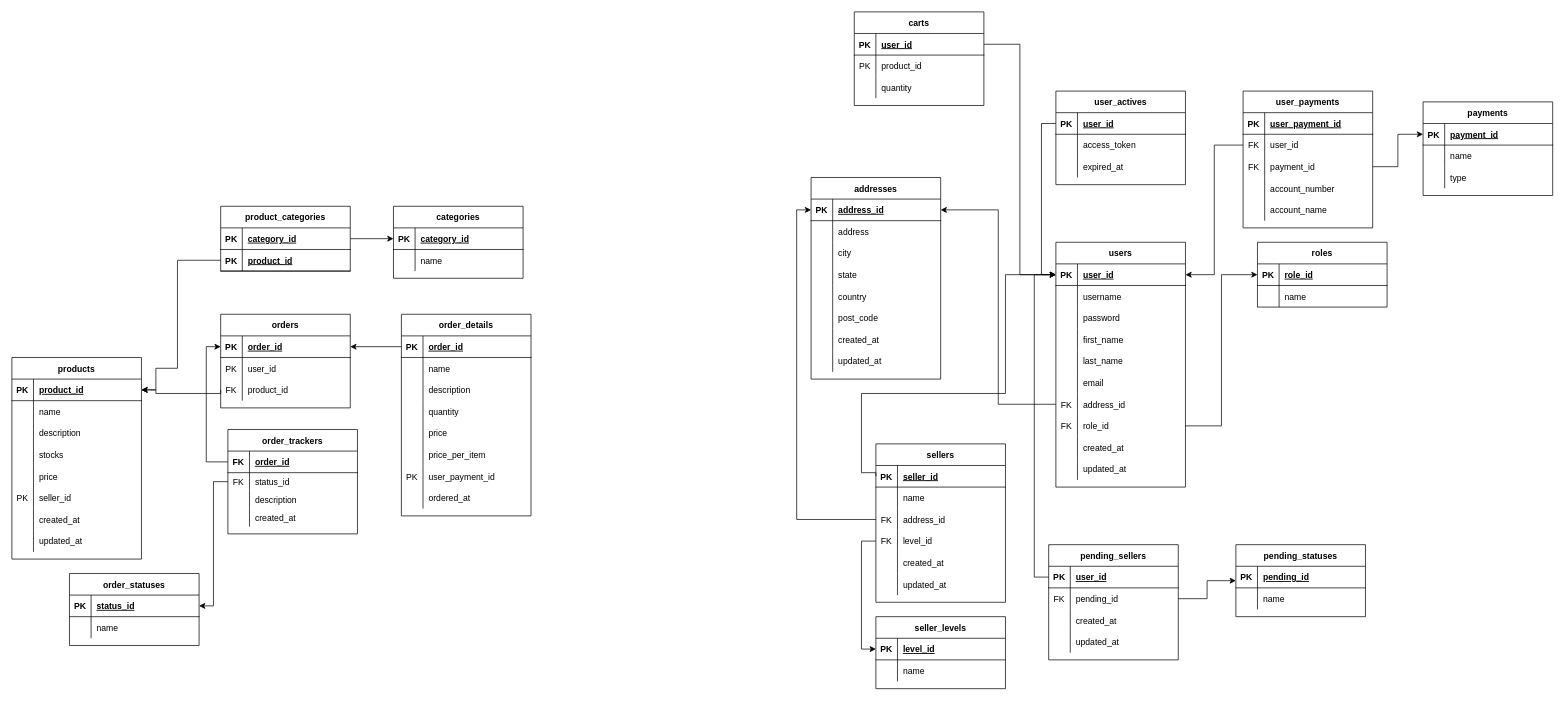
bigbang-theory/saturnus keeps this draw.io diagram as Database Design.drawio. Above is the earlier version. Source tidied: cells renumbered, new cells numbered last; positions are measured from the earlier drawing's top-left corner, leaving out a move shared by most shapes. Both pictures are drawn from the tidied source at 72%, with x=0, y=0 at pixel (12, 12).
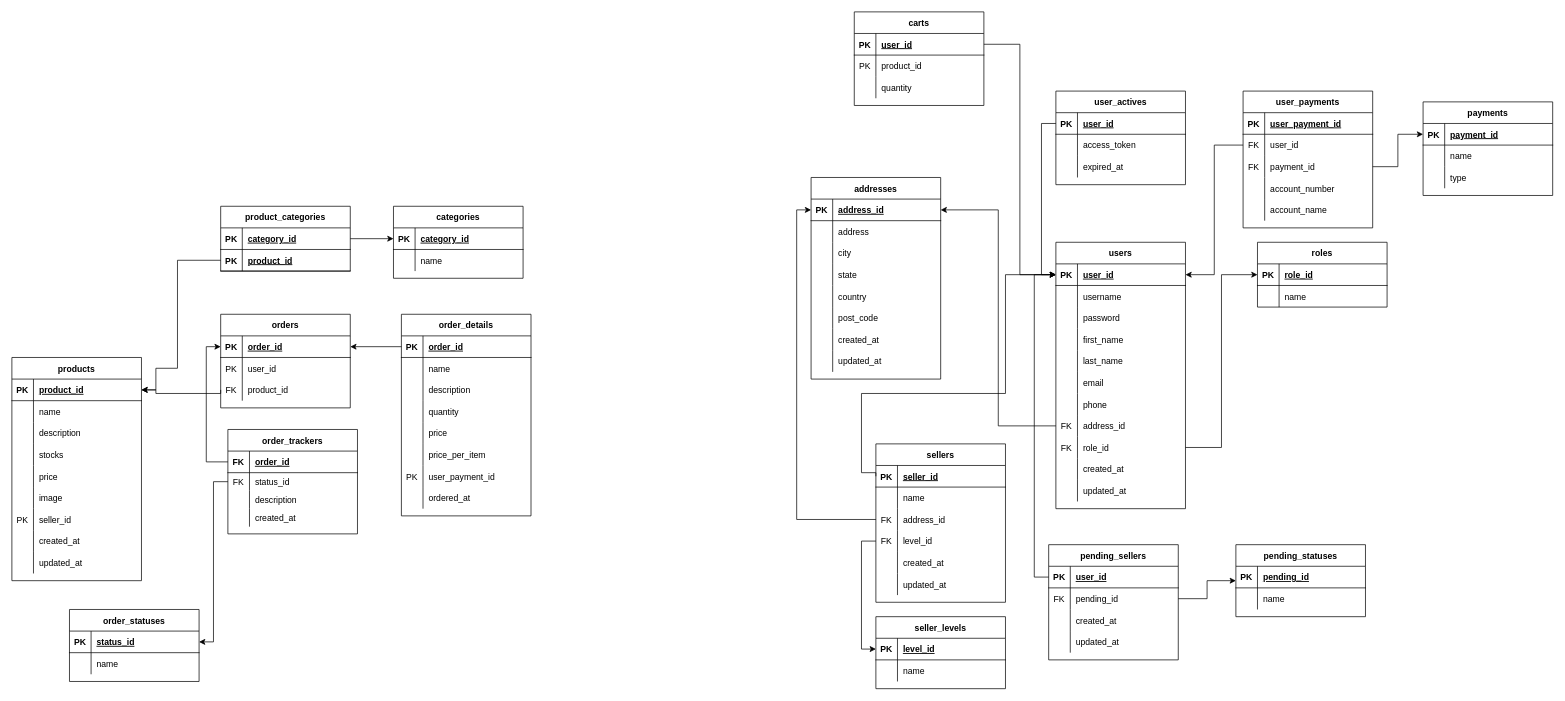
The same diagram, later.

Commit message:
Update Database Design

Change to the diagram source:
```diff
@@
     <mxCell id="9" value="users" style="shape=table;startSize=30;childLayout=tableLayout;rowLines=0;fontStyle=1;align=center;" parent="1" vertex="1">
-      <mxGeometry x="1450" y="320" width="180" height="340" as="geometry" />
+      <mxGeometry x="1450" y="320" width="180" height="370" as="geometry" />
     </mxCell>
@@
+    <mxCell id="268" style="shape=partialRectangle;fillColor=none;top=0;left=0;bottom=0;right=0;" parent="9" vertex="1">
+      <mxGeometry y="210" width="180" height="30" as="geometry" />
+    </mxCell>
+    <mxCell id="269" style="shape=partialRectangle;fillColor=none;top=0;left=0;bottom=0;right=0;overflow=hidden;" parent="268" vertex="1">
+      <mxGeometry width="30" height="30" as="geometry" />
+    </mxCell>
+    <mxCell id="270" value="phone" style="shape=partialRectangle;fillColor=none;top=0;left=0;bottom=0;right=0;align=left;spacingLeft=6;overflow=hidden;" parent="268" vertex="1">
+      <mxGeometry x="30" width="150" height="30" as="geometry" />
+    </mxCell>
     <mxCell id="28" style="shape=partialRectangle;fillColor=none;top=0;left=0;bottom=0;right=0;points=[[0,0.5],[1,0.5]];portConstraint=eastwest;" parent="9" vertex="1">
-      <mxGeometry y="210" width="180" height="30" as="geometry" />
+      <mxGeometry y="240" width="180" height="30" as="geometry" />
     </mxCell>
@@
     <mxCell id="31" style="shape=partialRectangle;fillColor=none;top=0;left=0;bottom=0;right=0;points=[[0,0.5],[1,0.5]];portConstraint=eastwest;" parent="9" vertex="1">
-      <mxGeometry y="240" width="180" height="30" as="geometry" />
+      <mxGeometry y="270" width="180" height="30" as="geometry" />
     </mxCell>
@@
     <mxCell id="34" style="shape=partialRectangle;fillColor=none;top=0;left=0;bottom=0;right=0;" parent="9" vertex="1">
-      <mxGeometry y="270" width="180" height="30" as="geometry" />
+      <mxGeometry y="300" width="180" height="30" as="geometry" />
     </mxCell>
@@
     <mxCell id="37" style="shape=partialRectangle;fillColor=none;top=0;left=0;bottom=0;right=0;" parent="9" vertex="1">
-      <mxGeometry y="300" width="180" height="30" as="geometry" />
+      <mxGeometry y="330" width="180" height="30" as="geometry" />
     </mxCell>
@@
     <mxCell id="93" value="products" style="shape=table;startSize=30;childLayout=tableLayout;rowLines=0;fontStyle=1;align=center;" parent="1" vertex="1">
-      <mxGeometry y="480" width="180" height="280" as="geometry" />
+      <mxGeometry y="480" width="180" height="310" as="geometry" />
     </mxCell>
@@
+    <mxCell id="271" style="shape=partialRectangle;fillColor=none;top=0;left=0;bottom=0;right=0;" parent="93" vertex="1">
+      <mxGeometry y="180" width="180" height="30" as="geometry" />
+    </mxCell>
+    <mxCell id="272" style="shape=partialRectangle;fillColor=none;top=0;left=0;bottom=0;right=0;overflow=hidden;" parent="271" vertex="1">
+      <mxGeometry width="30" height="30" as="geometry" />
+    </mxCell>
+    <mxCell id="273" value="image" style="shape=partialRectangle;fillColor=none;top=0;left=0;bottom=0;right=0;align=left;spacingLeft=6;overflow=hidden;" parent="271" vertex="1">
+      <mxGeometry x="30" width="150" height="30" as="geometry" />
+    </mxCell>
     <mxCell id="109" style="shape=partialRectangle;fillColor=none;top=0;left=0;bottom=0;right=0;" parent="93" vertex="1">
-      <mxGeometry y="180" width="180" height="30" as="geometry" />
+      <mxGeometry y="210" width="180" height="30" as="geometry" />
     </mxCell>
@@
     <mxCell id="112" style="shape=partialRectangle;fillColor=none;top=0;left=0;bottom=0;right=0;" parent="93" vertex="1">
-      <mxGeometry y="210" width="180" height="30" as="geometry" />
+      <mxGeometry y="240" width="180" height="30" as="geometry" />
     </mxCell>
@@
     <mxCell id="115" style="shape=partialRectangle;fillColor=none;top=0;left=0;bottom=0;right=0;" parent="93" vertex="1">
-      <mxGeometry y="240" width="180" height="30" as="geometry" />
+      <mxGeometry y="270" width="180" height="30" as="geometry" />
     </mxCell>
@@
     <mxCell id="209" value="order_statuses" style="shape=table;startSize=30;childLayout=tableLayout;rowLines=0;fontStyle=1;align=center;" parent="1" vertex="1">
-      <mxGeometry x="80" y="780" width="180" height="100" as="geometry" />
+      <mxGeometry x="80" y="830" width="180" height="100" as="geometry" />
     </mxCell>
```
